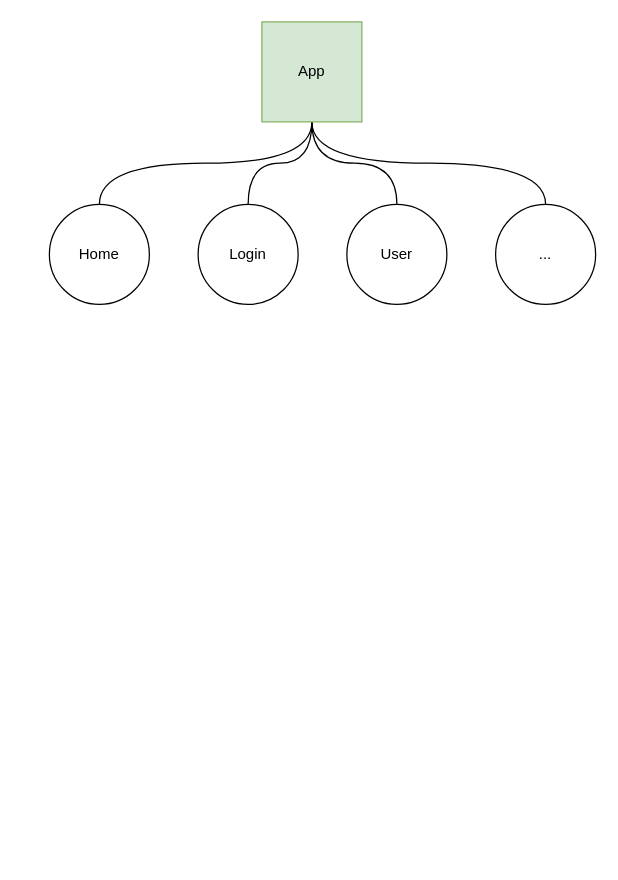
The draw.io diagram page "第 3 页" (3 of 4) of source/_drawio/typeof-testing.drawio in ivan-94/bobi.ink, before the edit. Source tidied: cells renumbered, new cells numbered last; positions are measured from the earlier drawing's top-left corner, leaving out a move shared by most shapes. Both pictures are drawn from the tidied source at 125%, with x=0, y=0 at pixel (49, 21).
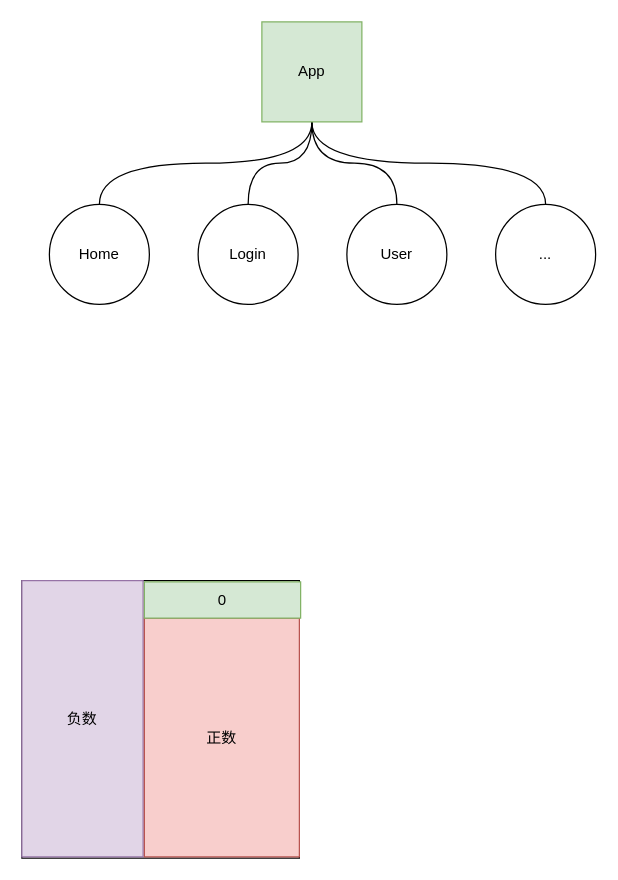
After the change.

What changed in the source:
```diff
@@
 <mxGraphModel>
   <root>
     <mxCell id="0" />
     <mxCell id="1" parent="0" />
     <mxCell id="2" style="edgeStyle=orthogonalEdgeStyle;curved=1;rounded=0;jettySize=auto;html=1;exitX=0.5;exitY=1;exitDx=0;exitDy=0;endArrow=none;endFill=0;" parent="1" edge="1" source="6" target="7">
       <mxGeometry relative="1" as="geometry" />
     </mxCell>
     <mxCell id="3" style="edgeStyle=orthogonalEdgeStyle;curved=1;rounded=0;jettySize=auto;html=1;exitX=0.5;exitY=1;exitDx=0;exitDy=0;endArrow=none;endFill=0;" parent="1" edge="1" source="6" target="8">
       <mxGeometry relative="1" as="geometry" />
     </mxCell>
     <mxCell id="4" style="edgeStyle=orthogonalEdgeStyle;curved=1;rounded=0;jettySize=auto;html=1;exitX=0.5;exitY=1;exitDx=0;exitDy=0;endArrow=none;endFill=0;" parent="1" edge="1" source="6" target="9">
       <mxGeometry relative="1" as="geometry" />
     </mxCell>
     <mxCell id="5" style="edgeStyle=orthogonalEdgeStyle;curved=1;rounded=0;jettySize=auto;html=1;exitX=0.5;exitY=1;exitDx=0;exitDy=0;endArrow=none;endFill=0;" parent="1" edge="1" source="6" target="10">
       <mxGeometry relative="1" as="geometry" />
     </mxCell>
     <mxCell id="6" value="App" style="whiteSpace=wrap;html=1;fillColor=#d5e8d4;strokeColor=#82b366;" parent="1" vertex="1">
       <mxGeometry x="170" width="80" height="80" as="geometry" />
     </mxCell>
     <mxCell id="7" value="Home" style="ellipse;whiteSpace=wrap;html=1;" parent="1" vertex="1">
       <mxGeometry y="146" width="80" height="80" as="geometry" />
     </mxCell>
     <mxCell id="8" value="Login" style="ellipse;whiteSpace=wrap;html=1;" parent="1" vertex="1">
       <mxGeometry x="119" y="146" width="80" height="80" as="geometry" />
     </mxCell>
     <mxCell id="9" value="User" style="ellipse;whiteSpace=wrap;html=1;" parent="1" vertex="1">
       <mxGeometry x="238" y="146" width="80" height="80" as="geometry" />
     </mxCell>
     <mxCell id="10" value="..." style="ellipse;whiteSpace=wrap;html=1;" parent="1" vertex="1">
       <mxGeometry x="357" y="146" width="80" height="80" as="geometry" />
     </mxCell>
+    <mxCell id="11" style="whiteSpace=wrap;html=1;" parent="1" vertex="1">
+      <mxGeometry x="-22" y="447" width="222" height="222" as="geometry" />
+    </mxCell>
+    <mxCell id="12" value="负数" style="rounded=0;whiteSpace=wrap;html=1;fillColor=#e1d5e7;strokeColor=#9673a6;" parent="1" vertex="1">
+      <mxGeometry x="-22" y="447" width="97" height="221" as="geometry" />
+    </mxCell>
+    <mxCell id="13" value="正数" style="rounded=0;whiteSpace=wrap;html=1;fillColor=#f8cecc;strokeColor=#b85450;" parent="1" vertex="1">
+      <mxGeometry x="76" y="477" width="124" height="191" as="geometry" />
+    </mxCell>
+    <mxCell id="14" value="0" style="rounded=0;whiteSpace=wrap;html=1;fillColor=#d5e8d4;strokeColor=#82b366;" parent="1" vertex="1">
+      <mxGeometry x="76" y="448" width="125" height="29" as="geometry" />
+    </mxCell>
   </root>
 </mxGraphModel>
```
